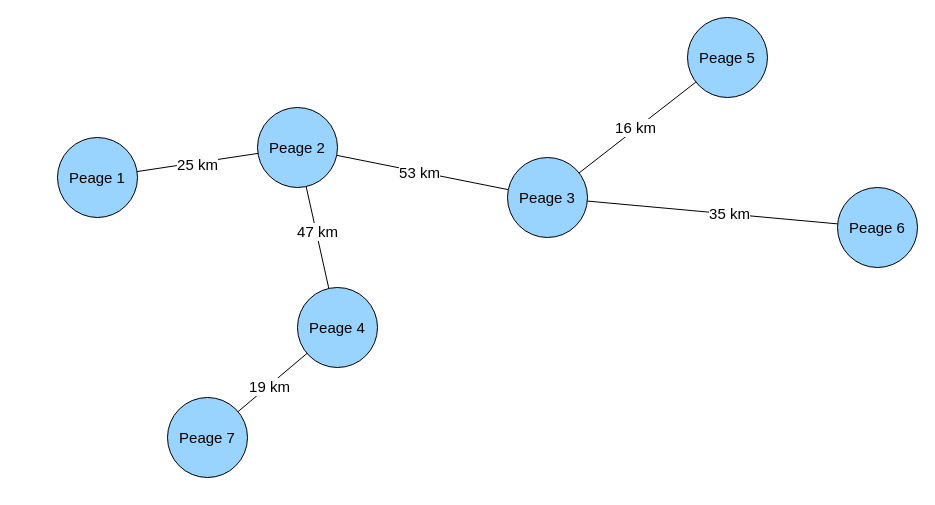
Earlier version of the draw.io diagram diagrams/toll-graph.drawio (devlotfi/peage-pay). Source tidied: cells renumbered, new cells numbered last; positions are measured from the earlier drawing's top-left corner, leaving out a move shared by most shapes. Both pictures are drawn from the tidied source at 100%, with x=0, y=0 at pixel (57, 17).
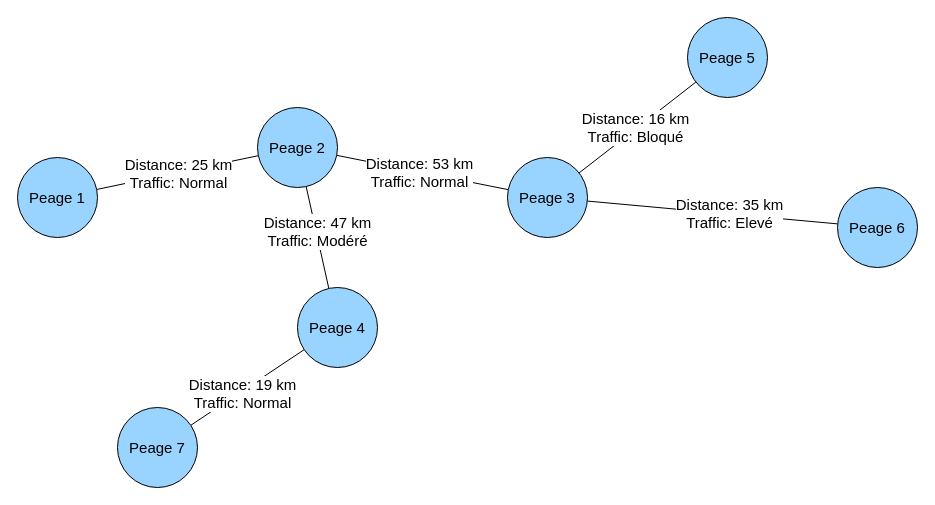
Above is the later version.

Unchanged cells that the change refers to:
```xml
<mxCell id="2" style="rounded=0;jettySize=auto;html=1;endArrow=none;endFill=0;fontSize=15;" parent="1" edge="1" source="4" target="9">
  <mxGeometry relative="1" as="geometry" />
</mxCell>
<mxCell id="5" style="edgeStyle=none;rounded=0;jettySize=auto;html=1;strokeColor=default;align=center;verticalAlign=middle;fontFamily=Helvetica;fontSize=15;fontColor=default;labelBackgroundColor=default;endArrow=none;endFill=0;" parent="1" edge="1" source="9" target="14">
  <mxGeometry relative="1" as="geometry" />
</mxCell>
<mxCell id="7" style="edgeStyle=none;rounded=0;jettySize=auto;html=1;strokeColor=default;align=center;verticalAlign=middle;fontFamily=Helvetica;fontSize=15;fontColor=default;labelBackgroundColor=default;endArrow=none;endFill=0;" parent="1" edge="1" source="9" target="17">
  <mxGeometry relative="1" as="geometry" />
</mxCell>
<mxCell id="10" style="edgeStyle=none;rounded=0;jettySize=auto;html=1;strokeColor=default;align=center;verticalAlign=middle;fontFamily=Helvetica;fontSize=15;fontColor=default;labelBackgroundColor=default;endArrow=none;endFill=0;" parent="1" edge="1" source="14" target="18">
  <mxGeometry relative="1" as="geometry" />
</mxCell>
<mxCell id="12" style="edgeStyle=none;rounded=0;jettySize=auto;html=1;strokeColor=default;align=center;verticalAlign=middle;fontFamily=Helvetica;fontSize=15;fontColor=default;labelBackgroundColor=default;endArrow=none;endFill=0;" parent="1" edge="1" source="14" target="19">
  <mxGeometry relative="1" as="geometry" />
</mxCell>
<mxCell id="15" style="edgeStyle=none;rounded=0;jettySize=auto;html=1;strokeColor=default;align=center;verticalAlign=middle;fontFamily=Helvetica;fontSize=15;fontColor=default;labelBackgroundColor=default;endArrow=none;endFill=0;" parent="1" edge="1" source="17" target="20">
  <mxGeometry relative="1" as="geometry" />
</mxCell>
```

Diff of the diagram source:
```diff
@@
-    <mxCell id="3" value="25 km" style="edgeLabel;html=1;align=center;verticalAlign=middle;shadow=0;strokeColor=default;fontFamily=Helvetica;fontSize=15;fontColor=default;labelBackgroundColor=default;fillColor=#99D3FF;gradientColor=none;" parent="2" vertex="1">
+    <mxCell id="3" value="Distance: 25 km&lt;div&gt;Traffic: Normal&lt;/div&gt;" style="edgeLabel;html=1;align=center;verticalAlign=middle;shadow=0;strokeColor=default;fontFamily=Helvetica;fontSize=15;fontColor=default;labelBackgroundColor=default;fillColor=#99D3FF;gradientColor=none;" parent="2" vertex="1">
       <mxGeometry relative="1" as="geometry">
         <mxPoint y="1" as="offset" />
       </mxGeometry>
     </mxCell>
     <mxCell id="4" value="Peage 1" style="ellipse;whiteSpace=wrap;html=1;fontSize=15;fillColor=#99D3FF;gradientColor=none;shadow=0;textShadow=0;" parent="1" vertex="1">
-      <mxGeometry y="120" width="80" height="80" as="geometry" />
+      <mxGeometry x="-40" y="140" width="80" height="80" as="geometry" />
     </mxCell>
@@
-    <mxCell id="6" value="53 km" style="edgeLabel;html=1;align=center;verticalAlign=middle;shadow=0;strokeColor=default;fontFamily=Helvetica;fontSize=15;fontColor=default;labelBackgroundColor=default;fillColor=#99D3FF;gradientColor=none;" parent="5" vertex="1">
+    <mxCell id="6" value="Distance: 53 km&lt;div&gt;Traffic: Normal&lt;/div&gt;" style="edgeLabel;html=1;align=center;verticalAlign=middle;shadow=0;strokeColor=default;fontFamily=Helvetica;fontSize=15;fontColor=default;labelBackgroundColor=default;fillColor=#99D3FF;gradientColor=none;" parent="5" vertex="1">
       <mxGeometry x="-0.04" relative="1" as="geometry" />
     </mxCell>
@@
-    <mxCell id="8" value="47 km" style="edgeLabel;html=1;align=center;verticalAlign=middle;shadow=0;strokeColor=default;fontFamily=Helvetica;fontSize=15;fontColor=default;labelBackgroundColor=default;fillColor=#99D3FF;gradientColor=none;" parent="7" vertex="1">
+    <mxCell id="8" value="Distance: 47 km&lt;div&gt;Traffic: Modéré&lt;/div&gt;" style="edgeLabel;html=1;align=center;verticalAlign=middle;shadow=0;strokeColor=default;fontFamily=Helvetica;fontSize=15;fontColor=default;labelBackgroundColor=default;fillColor=#99D3FF;gradientColor=none;" parent="7" vertex="1">
       <mxGeometry x="-0.11" y="1" relative="1" as="geometry" />
     </mxCell>
@@
-    <mxCell id="11" value="35 km" style="edgeLabel;html=1;align=center;verticalAlign=middle;shadow=0;strokeColor=default;fontFamily=Helvetica;fontSize=15;fontColor=default;labelBackgroundColor=default;fillColor=#99D3FF;gradientColor=none;" parent="10" vertex="1">
+    <mxCell id="11" value="Distance: 35 km&lt;div&gt;Traffic: Elevé&lt;/div&gt;" style="edgeLabel;html=1;align=center;verticalAlign=middle;shadow=0;strokeColor=default;fontFamily=Helvetica;fontSize=15;fontColor=default;labelBackgroundColor=default;fillColor=#99D3FF;gradientColor=none;" parent="10" vertex="1">
       <mxGeometry x="0.13" y="1" relative="1" as="geometry" />
     </mxCell>
@@
-    <mxCell id="13" value="16 km" style="edgeLabel;html=1;align=center;verticalAlign=middle;shadow=0;strokeColor=default;fontFamily=Helvetica;fontSize=15;fontColor=default;labelBackgroundColor=default;fillColor=#99D3FF;gradientColor=none;" parent="12" vertex="1">
+    <mxCell id="13" value="Distance: 16 km&lt;div&gt;Traffic: Bloqué&lt;/div&gt;" style="edgeLabel;html=1;align=center;verticalAlign=middle;shadow=0;strokeColor=default;fontFamily=Helvetica;fontSize=15;fontColor=default;labelBackgroundColor=default;fillColor=#99D3FF;gradientColor=none;" parent="12" vertex="1">
       <mxGeometry x="-0.01" y="2" relative="1" as="geometry" />
     </mxCell>
@@
-    <mxCell id="16" value="19 km" style="edgeLabel;html=1;align=center;verticalAlign=middle;shadow=0;strokeColor=default;fontFamily=Helvetica;fontSize=15;fontColor=default;labelBackgroundColor=default;fillColor=#99D3FF;gradientColor=none;" parent="15" vertex="1">
+    <mxCell id="16" value="Distance: 19 km&lt;div&gt;Traffic: Normal&lt;/div&gt;" style="edgeLabel;html=1;align=center;verticalAlign=middle;shadow=0;strokeColor=default;fontFamily=Helvetica;fontSize=15;fontColor=default;labelBackgroundColor=default;fillColor=#99D3FF;gradientColor=none;" parent="15" vertex="1">
       <mxGeometry x="0.11" y="1" relative="1" as="geometry" />
     </mxCell>
@@
     <mxCell id="20" value="Peage 7" style="ellipse;whiteSpace=wrap;html=1;fontSize=15;fillColor=#99D3FF;gradientColor=none;shadow=0;textShadow=0;" parent="1" vertex="1">
-      <mxGeometry x="110" y="380" width="80" height="80" as="geometry" />
+      <mxGeometry x="60" y="390" width="80" height="80" as="geometry" />
     </mxCell>
```
